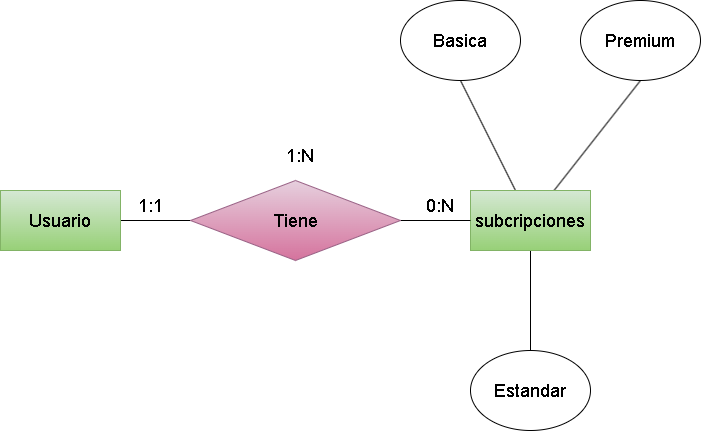
Earlier version of the draw.io export (Unidad-2) (Tarea-3)/img/Ejercicio20.drawio.png (Darkoscurito/Base-de-datos). Source tidied: cells renumbered, new cells last; positions are measured from the earlier drawing's top-left corner, leaving out a move shared by most shapes. Its diagram source:
```xml
<mxGraphModel>
  <root>
    <mxCell id="0" />
    <mxCell id="1" parent="0" />
    <mxCell id="2" style="edgeStyle=none;html=1;entryX=0;entryY=0.5;entryDx=0;entryDy=0;endArrow=none;endFill=0;" parent="1" edge="1" source="3" target="9">
      <mxGeometry relative="1" as="geometry" />
    </mxCell>
    <mxCell id="3" value="&lt;font style=&quot;font-size: 18px;&quot;&gt;Usuario&lt;/font&gt;" style="rounded=0;whiteSpace=wrap;html=1;fillColor=#d5e8d4;gradientColor=#97d077;strokeColor=#82b366;" parent="1" vertex="1">
      <mxGeometry y="190" width="120" height="60" as="geometry" />
    </mxCell>
    <mxCell id="4" style="edgeStyle=none;html=1;entryX=0.5;entryY=1;entryDx=0;entryDy=0;fontSize=18;endArrow=none;endFill=0;" parent="1" edge="1" source="7" target="13">
      <mxGeometry relative="1" as="geometry" />
    </mxCell>
    <mxCell id="5" style="edgeStyle=none;html=1;fontSize=18;entryX=0.5;entryY=1;entryDx=0;entryDy=0;endArrow=none;endFill=0;" parent="1" edge="1" source="7" target="15">
      <mxGeometry relative="1" as="geometry" />
    </mxCell>
    <mxCell id="6" style="edgeStyle=none;html=1;fontSize=18;endArrow=none;endFill=0;" parent="1" edge="1" source="7" target="14">
      <mxGeometry relative="1" as="geometry" />
    </mxCell>
    <mxCell id="7" value="&lt;font style=&quot;font-size: 18px;&quot;&gt;subcripciones&lt;/font&gt;" style="rounded=0;whiteSpace=wrap;html=1;fillColor=#d5e8d4;gradientColor=#97d077;strokeColor=#82b366;" parent="1" vertex="1">
      <mxGeometry x="470" y="190" width="120" height="60" as="geometry" />
    </mxCell>
    <mxCell id="8" style="edgeStyle=none;html=1;endArrow=none;endFill=0;" parent="1" edge="1" source="9" target="7">
      <mxGeometry relative="1" as="geometry" />
    </mxCell>
    <mxCell id="9" value="&lt;span style=&quot;font-size: 18px;&quot;&gt;Tiene&lt;/span&gt;" style="rhombus;whiteSpace=wrap;html=1;fillColor=#e6d0de;gradientColor=#d5739d;strokeColor=#996185;" parent="1" vertex="1">
      <mxGeometry x="190" y="180" width="210" height="80" as="geometry" />
    </mxCell>
    <mxCell id="10" value="1:1" style="text;html=1;strokeColor=none;fillColor=none;align=center;verticalAlign=middle;whiteSpace=wrap;rounded=0;fontSize=18;" parent="1" vertex="1">
      <mxGeometry x="120" y="190" width="60" height="30" as="geometry" />
    </mxCell>
    <mxCell id="11" value="0:N" style="text;html=1;strokeColor=none;fillColor=none;align=center;verticalAlign=middle;whiteSpace=wrap;rounded=0;fontSize=18;" parent="1" vertex="1">
      <mxGeometry x="410" y="190" width="60" height="30" as="geometry" />
    </mxCell>
    <mxCell id="12" value="1:N" style="text;html=1;strokeColor=none;fillColor=none;align=center;verticalAlign=middle;whiteSpace=wrap;rounded=0;fontSize=18;" parent="1" vertex="1">
      <mxGeometry x="270" y="140" width="60" height="30" as="geometry" />
    </mxCell>
    <mxCell id="13" value="&lt;font style=&quot;font-size: 18px;&quot;&gt;Basica&lt;/font&gt;" style="ellipse;whiteSpace=wrap;html=1;" parent="1" vertex="1">
      <mxGeometry x="400" width="120" height="80" as="geometry" />
    </mxCell>
    <mxCell id="14" value="&lt;font style=&quot;font-size: 18px;&quot;&gt;Estandar&lt;/font&gt;" style="ellipse;whiteSpace=wrap;html=1;" parent="1" vertex="1">
      <mxGeometry x="470" y="350" width="120" height="80" as="geometry" />
    </mxCell>
    <mxCell id="15" value="&lt;font style=&quot;font-size: 18px;&quot;&gt;Premium&lt;/font&gt;" style="ellipse;whiteSpace=wrap;html=1;" parent="1" vertex="1">
      <mxGeometry x="580" width="120" height="80" as="geometry" />
    </mxCell>
  </root>
</mxGraphModel>
```
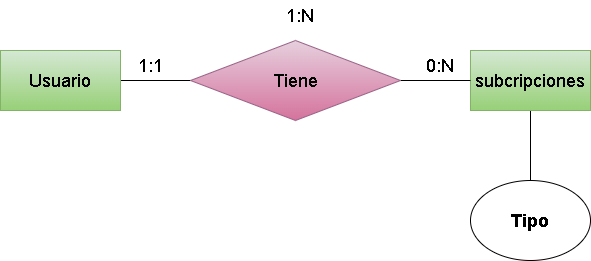
The same diagram one commit later.

What changed in the source:
```diff
@@ -8,15 +8,9 @@
     <mxCell id="3" value="&lt;font style=&quot;font-size: 18px;&quot;&gt;Usuario&lt;/font&gt;" style="rounded=0;whiteSpace=wrap;html=1;fillColor=#d5e8d4;gradientColor=#97d077;strokeColor=#82b366;" parent="1" vertex="1">
       <mxGeometry y="190" width="120" height="60" as="geometry" />
     </mxCell>
-    <mxCell id="4" style="edgeStyle=none;html=1;entryX=0.5;entryY=1;entryDx=0;entryDy=0;fontSize=18;endArrow=none;endFill=0;" parent="1" edge="1" source="7" target="13">
-      <mxGeometry relative="1" as="geometry" />
-    </mxCell>
-    <mxCell id="5" style="edgeStyle=none;html=1;fontSize=18;entryX=0.5;entryY=1;entryDx=0;entryDy=0;endArrow=none;endFill=0;" parent="1" edge="1" source="7" target="15">
-      <mxGeometry relative="1" as="geometry" />
-    </mxCell>
-    <mxCell id="6" style="edgeStyle=none;html=1;fontSize=18;endArrow=none;endFill=0;" parent="1" edge="1" source="7" target="14">
-      <mxGeometry relative="1" as="geometry" />
-    </mxCell>
+    <mxCell id="16" style="edgeStyle=none;html=1;entryX=0.5;entryY=0;entryDx=0;entryDy=0;fontSize=18;endArrow=none;endFill=0;" parent="1" edge="1" source="7" target="17">
+      <mxGeometry relative="1" as="geometry" />
+    </mxCell>
     <mxCell id="7" value="&lt;font style=&quot;font-size: 18px;&quot;&gt;subcripciones&lt;/font&gt;" style="rounded=0;whiteSpace=wrap;html=1;fillColor=#d5e8d4;gradientColor=#97d077;strokeColor=#82b366;" parent="1" vertex="1">
       <mxGeometry x="470" y="190" width="120" height="60" as="geometry" />
     </mxCell>
@@ -35,14 +29,8 @@
     <mxCell id="12" value="1:N" style="text;html=1;strokeColor=none;fillColor=none;align=center;verticalAlign=middle;whiteSpace=wrap;rounded=0;fontSize=18;" parent="1" vertex="1">
       <mxGeometry x="270" y="140" width="60" height="30" as="geometry" />
     </mxCell>
-    <mxCell id="13" value="&lt;font style=&quot;font-size: 18px;&quot;&gt;Basica&lt;/font&gt;" style="ellipse;whiteSpace=wrap;html=1;" parent="1" vertex="1">
-      <mxGeometry x="400" width="120" height="80" as="geometry" />
-    </mxCell>
-    <mxCell id="14" value="&lt;font style=&quot;font-size: 18px;&quot;&gt;Estandar&lt;/font&gt;" style="ellipse;whiteSpace=wrap;html=1;" parent="1" vertex="1">
-      <mxGeometry x="470" y="350" width="120" height="80" as="geometry" />
-    </mxCell>
-    <mxCell id="15" value="&lt;font style=&quot;font-size: 18px;&quot;&gt;Premium&lt;/font&gt;" style="ellipse;whiteSpace=wrap;html=1;" parent="1" vertex="1">
-      <mxGeometry x="580" width="120" height="80" as="geometry" />
-    </mxCell>
+    <mxCell id="17" value="&lt;b&gt;&lt;font style=&quot;font-size: 18px;&quot;&gt;Tipo&lt;/font&gt;&lt;/b&gt;" style="ellipse;whiteSpace=wrap;html=1;" parent="1" vertex="1">
+      <mxGeometry x="470" y="320" width="120" height="80" as="geometry" />
+    </mxCell>
   </root>
 </mxGraphModel>
```
